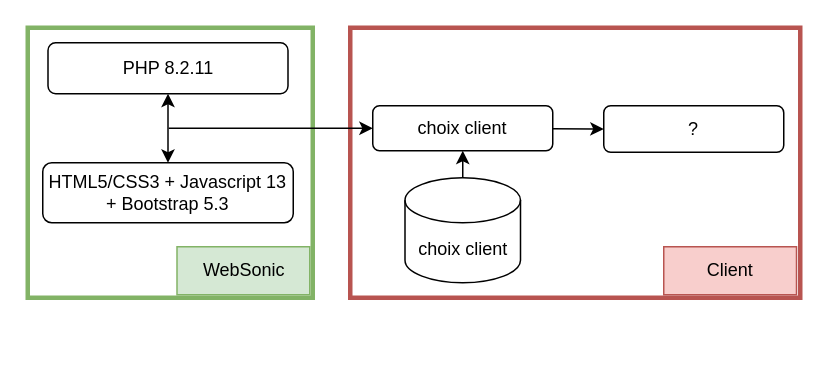
Before: Architecture cible technologie.drawio in cjour/audit_logistics, a draw.io diagram. Source tidied: cells renumbered, new cells numbered last; positions are measured from the earlier drawing's top-left corner, leaving out a move shared by most shapes. Both pictures are drawn from the tidied source at 150%, with x=0, y=0 at pixel (27, 27).
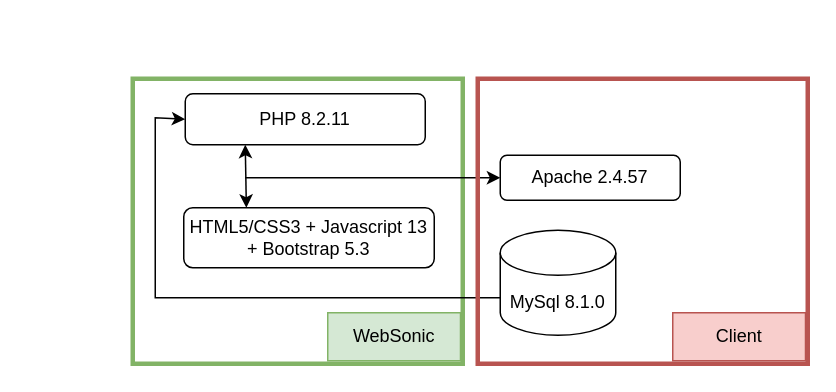
After the change.

Commit message:
Mettre à jour Architecture cible technologie.drawio

What changed in the source:
```diff
@@
 <mxGraphModel>
   <root>
     <mxCell id="0" />
     <mxCell id="1" parent="0" />
     <mxCell id="2" style="rounded=0;whiteSpace=wrap;html=1;fillColor=none;strokeColor=#82b366;strokeWidth=3;" parent="1" vertex="1">
-      <mxGeometry width="190" height="180" as="geometry" />
+      <mxGeometry x="70" y="34" width="220" height="190" as="geometry" />
     </mxCell>
     <mxCell id="3" value="WebSonic" style="rounded=0;whiteSpace=wrap;html=1;fillColor=#d5e8d4;strokeColor=#82b366;" parent="1" vertex="1">
-      <mxGeometry x="99.5" y="146" width="88.5" height="32" as="geometry" />
+      <mxGeometry x="200" y="190" width="88.5" height="32" as="geometry" />
     </mxCell>
     <mxCell id="4" value="HTML5/CSS3 + Javascript 13 + Bootstrap 5.3" style="rounded=1;whiteSpace=wrap;html=1;" parent="1" vertex="1">
-      <mxGeometry x="10" y="90" width="167" height="40" as="geometry" />
+      <mxGeometry x="104" y="120" width="167" height="40" as="geometry" />
     </mxCell>
     <mxCell id="5" value="PHP 8.2.11" style="rounded=1;whiteSpace=wrap;html=1;" parent="1" vertex="1">
-      <mxGeometry x="13.5" y="10" width="160" height="34" as="geometry" />
+      <mxGeometry x="105" y="44" width="160" height="34" as="geometry" />
     </mxCell>
-    <mxCell id="6" style="endArrow=classic;startArrow=classic;html=1;rounded=0;exitX=0.5;exitY=0;exitDx=0;exitDy=0;entryX=0.5;entryY=1;entryDx=0;entryDy=0;" parent="1" edge="1" source="4" target="5">
+    <mxCell id="6" style="endArrow=classic;startArrow=classic;html=1;rounded=0;exitX=0.25;exitY=0;exitDx=0;exitDy=0;entryX=0.25;entryY=1;entryDx=0;entryDy=0;" parent="1" edge="1" source="4" target="5">
       <mxGeometry relative="1" as="geometry" />
     </mxCell>
-    <mxCell id="7" style="rounded=0;whiteSpace=wrap;html=1;fillColor=none;strokeColor=#b85450;strokeWidth=3;" parent="1" vertex="1">
-      <mxGeometry x="215" width="300" height="180" as="geometry" />
-    </mxCell>
-    <mxCell id="8" style="endArrow=classic;html=1;rounded=0;entryX=0;entryY=0.5;entryDx=0;entryDy=0;startArrow=none;startFill=0;endFill=1;" parent="1" edge="1" source="14" target="10">
-      <mxGeometry relative="1" as="geometry" />
-    </mxCell>
-    <mxCell id="9" value="Client" style="rounded=0;whiteSpace=wrap;html=1;fillColor=#f8cecc;strokeColor=#b85450;" parent="1" vertex="1">
-      <mxGeometry x="424" y="146" width="88.5" height="32" as="geometry" />
-    </mxCell>
-    <mxCell id="10" value="?" style="rounded=1;whiteSpace=wrap;html=1;" parent="1" vertex="1">
-      <mxGeometry x="384" y="52" width="120" height="31" as="geometry" />
-    </mxCell>
-    <mxCell id="11" value="choix client" style="shape=cylinder3;whiteSpace=wrap;html=1;boundedLbl=1;backgroundOutline=1;size=15;" parent="1" vertex="1">
-      <mxGeometry x="251.5" y="100" width="77" height="70" as="geometry" />
+    <mxCell id="11" value="MySql 8.1.0" style="shape=cylinder3;whiteSpace=wrap;html=1;boundedLbl=1;backgroundOutline=1;size=15;" parent="1" vertex="1">
+      <mxGeometry x="315" y="135" width="77" height="70" as="geometry" />
     </mxCell>
-    <mxCell id="12" style="endArrow=none;html=1;rounded=0;entryX=0.5;entryY=0;entryDx=0;entryDy=0;entryPerimeter=0;endFill=0;startArrow=classic;startFill=1;" parent="1" edge="1" source="14" target="11">
-      <mxGeometry relative="1" as="geometry" />
+    <mxCell id="12" style="endArrow=none;html=1;rounded=0;entryX=0;entryY=0;entryDx=0;entryDy=45;entryPerimeter=0;endFill=0;startArrow=classic;startFill=1;exitX=0;exitY=0.5;exitDx=0;exitDy=0;" parent="1" edge="1" source="5" target="11">
+      <mxGeometry relative="1" as="geometry">
+        <Array as="points">
+          <mxPoint x="85" y="60" />
+          <mxPoint x="85" y="180" />
+        </Array>
+      </mxGeometry>
     </mxCell>
     <mxCell id="13" style="endArrow=classic;html=1;rounded=0;entryX=0;entryY=0.5;entryDx=0;entryDy=0;startArrow=none;startFill=0;endFill=1;" parent="1" edge="1" target="14">
       <mxGeometry relative="1" as="geometry">
-        <mxPoint x="94" y="67" as="sourcePoint" />
+        <mxPoint x="145" y="100" as="sourcePoint" />
       </mxGeometry>
     </mxCell>
-    <mxCell id="14" value="choix client" style="rounded=1;whiteSpace=wrap;html=1;" parent="1" vertex="1">
-      <mxGeometry x="230" y="52" width="120" height="30" as="geometry" />
+    <mxCell id="14" value="Apache 2.4.57" style="rounded=1;whiteSpace=wrap;html=1;" parent="1" vertex="1">
+      <mxGeometry x="315" y="85" width="120" height="30" as="geometry" />
     </mxCell>
+    <mxCell id="15" style="rounded=0;whiteSpace=wrap;html=1;fillColor=none;strokeColor=#b85450;strokeWidth=3;" parent="1" vertex="1">
+      <mxGeometry x="300" y="34" width="220" height="190" as="geometry" />
+    </mxCell>
+    <mxCell id="9" value="Client" style="rounded=0;whiteSpace=wrap;html=1;fillColor=#f8cecc;strokeColor=#b85450;" parent="1" vertex="1">
+      <mxGeometry x="430" y="190" width="88.5" height="32" as="geometry" />
+    </mxCell>
   </root>
 </mxGraphModel>
```
